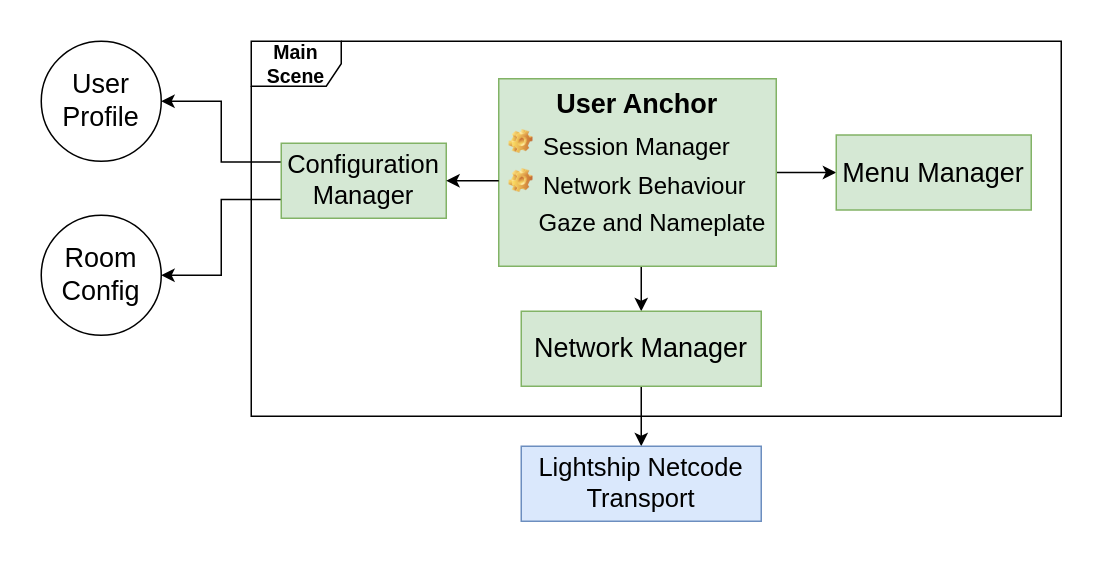
Earlier version of the draw.io diagram Figures & Tables/Chapter 4/Fig 8 -Session Manager Relational Model.drawio (speregil/Thesis-Document). Source tidied: cells renumbered, new cells numbered last; positions are measured from the earlier drawing's top-left corner, leaving out a move shared by most shapes. Both pictures are drawn from the tidied source at 150%, with x=0, y=0 at pixel (26, 26).
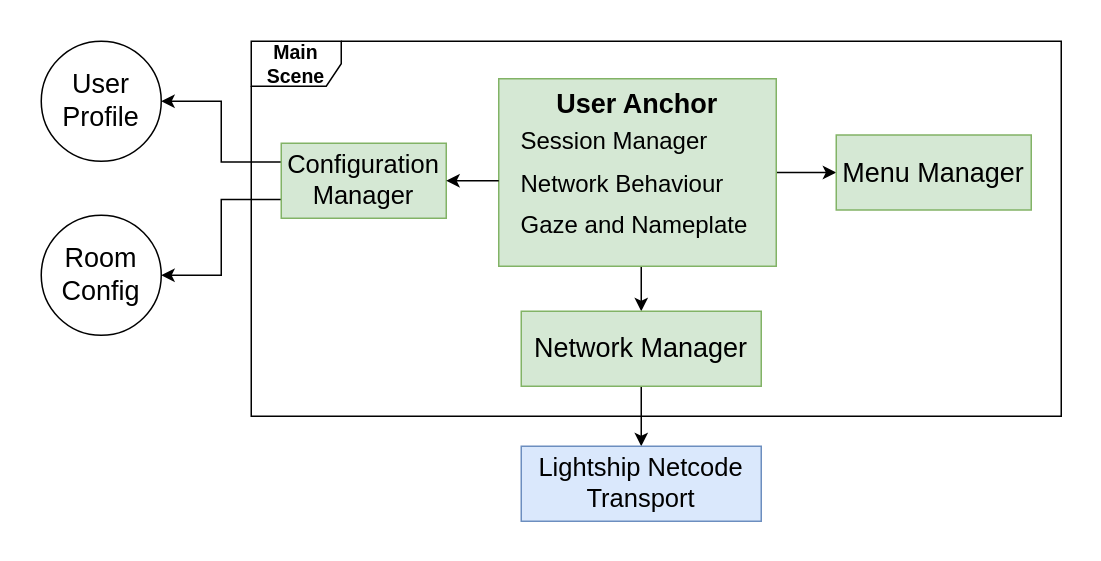
The same diagram, later.

The change refers to these unchanged cells:
```xml
<mxCell id="8" value="Configuration Manager" style="html=1;whiteSpace=wrap;fontSize=17;fillColor=#d5e8d4;strokeColor=#82b366;" parent="1" vertex="1">
  <mxGeometry x="170" y="78" width="110" height="50" as="geometry" />
</mxCell>
```

Diff of the diagram source:
```diff
@@
-    <mxCell id="14" value="Session Manager" style="label;fontStyle=0;strokeColor=none;fillColor=none;align=left;verticalAlign=top;overflow=hidden;spacingLeft=28;spacingRight=4;imageWidth=16;imageHeight=16;whiteSpace=wrap;html=1;image=img/clipart/Gear_128x128.png;fontSize=16;" parent="1" vertex="1">
-      <mxGeometry x="315" y="64" width="160" height="26" as="geometry" />
-    </mxCell>
@@
     <mxCell id="17" value="Gaze and Nameplate" style="text;html=1;align=left;verticalAlign=middle;whiteSpace=wrap;rounded=0;fontSize=16;" parent="1" vertex="1">
-      <mxGeometry x="340" y="116" width="160" height="30" as="geometry" />
+      <mxGeometry x="327.5" y="116.8" width="160" height="30" as="geometry" />
     </mxCell>
-    <mxCell id="18" style="edgeStyle=orthogonalEdgeStyle;rounded=0;jettySize=auto;html=1;exitX=0;exitY=0.5;exitDx=0;exitDy=0;entryX=1;entryY=0.5;entryDx=0;entryDy=0;" parent="1" edge="1" source="19" target="8">
-      <mxGeometry relative="1" as="geometry" />
+    <mxCell id="18" style="edgeStyle=orthogonalEdgeStyle;rounded=0;jettySize=auto;html=1;exitX=0;exitY=0.5;exitDx=0;exitDy=0;entryX=1;entryY=0.5;entryDx=0;entryDy=0;" parent="1" edge="1" target="8">
+      <mxGeometry relative="1" as="geometry">
+        <mxPoint x="315" y="103" as="sourcePoint" />
+      </mxGeometry>
     </mxCell>
+    <mxCell id="14" value="&lt;span style=&quot;color: rgb(0, 0, 0); font-family: Helvetica; font-size: 16px; font-style: normal; font-variant-ligatures: normal; font-variant-caps: normal; font-weight: 400; letter-spacing: normal; orphans: 2; text-align: left; text-indent: 0px; text-transform: none; widows: 2; word-spacing: 0px; -webkit-text-stroke-width: 0px; white-space: normal; text-decoration-thickness: initial; text-decoration-style: initial; text-decoration-color: initial; float: none; display: inline !important;&quot;&gt;Session Manager&lt;/span&gt;" style="text;whiteSpace=wrap;html=1;fillColor=none;" parent="1" vertex="1">
+      <mxGeometry x="327.5" y="60" width="160" height="30" as="geometry" />
+    </mxCell>
-    <mxCell id="19" value="Network Behaviour" style="label;fontStyle=0;strokeColor=none;fillColor=none;align=left;verticalAlign=top;overflow=hidden;spacingLeft=28;spacingRight=4;points=[[0,0.5],[1,0.5]];portConstraint=eastwest;imageWidth=16;imageHeight=16;whiteSpace=wrap;html=1;image=img/clipart/Gear_128x128.png;fontSize=16;" parent="1" vertex="1">
-      <mxGeometry x="315" y="90" width="175" height="26" as="geometry" />
+    <mxCell id="19" value="&lt;span style=&quot;color: rgb(0, 0, 0); font-family: Helvetica; font-size: 16px; font-style: normal; font-variant-ligatures: normal; font-variant-caps: normal; font-weight: 400; letter-spacing: normal; orphans: 2; text-align: left; text-indent: 0px; text-transform: none; widows: 2; word-spacing: 0px; -webkit-text-stroke-width: 0px; white-space: normal; text-decoration-thickness: initial; text-decoration-style: initial; text-decoration-color: initial; float: none; display: inline !important;&quot;&gt;Network Behaviour&lt;/span&gt;" style="text;whiteSpace=wrap;html=1;" parent="1" vertex="1">
+      <mxGeometry x="327.5" y="89.2" width="160" height="27.5" as="geometry" />
     </mxCell>
```
